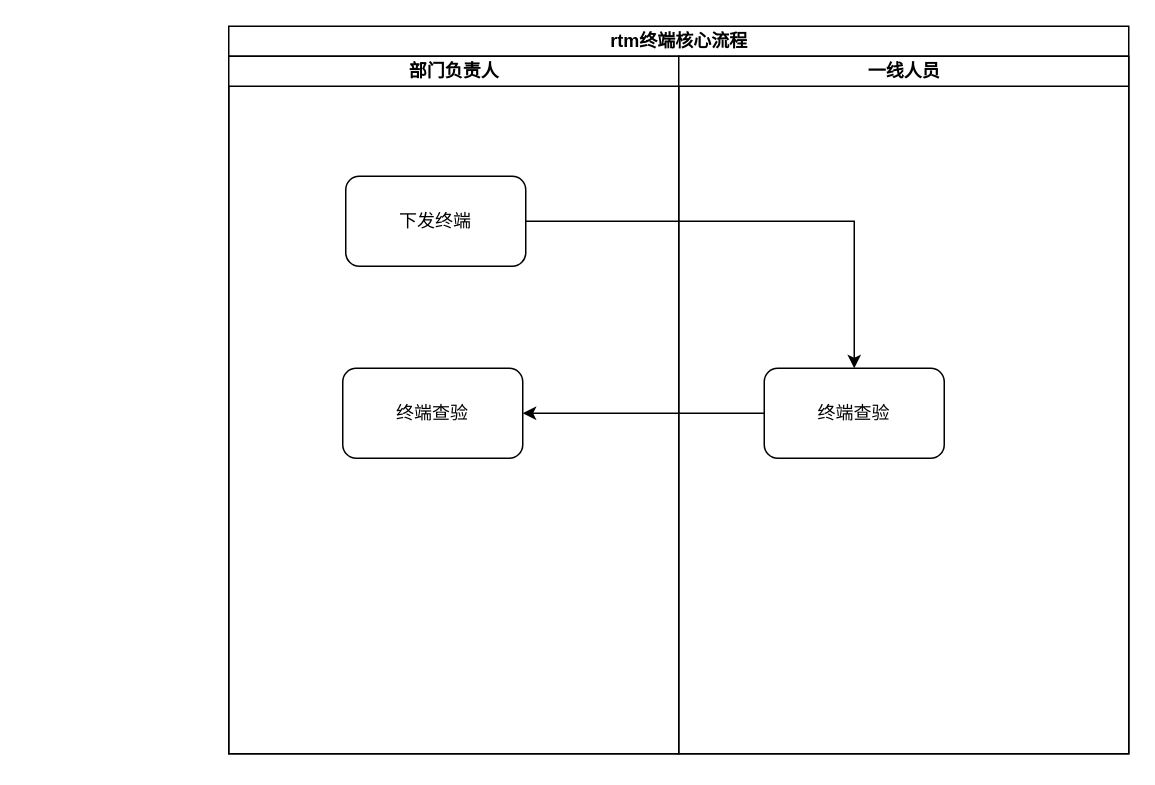
The draw.io diagram 测试.drawio in MRDJDU/draw, before the edit. Source tidied: cells renumbered, new cells numbered last; positions are measured from the earlier drawing's top-left corner, leaving out a move shared by most shapes. Both pictures are drawn from the tidied source at 150%, with x=0, y=0 at pixel (228, 26).
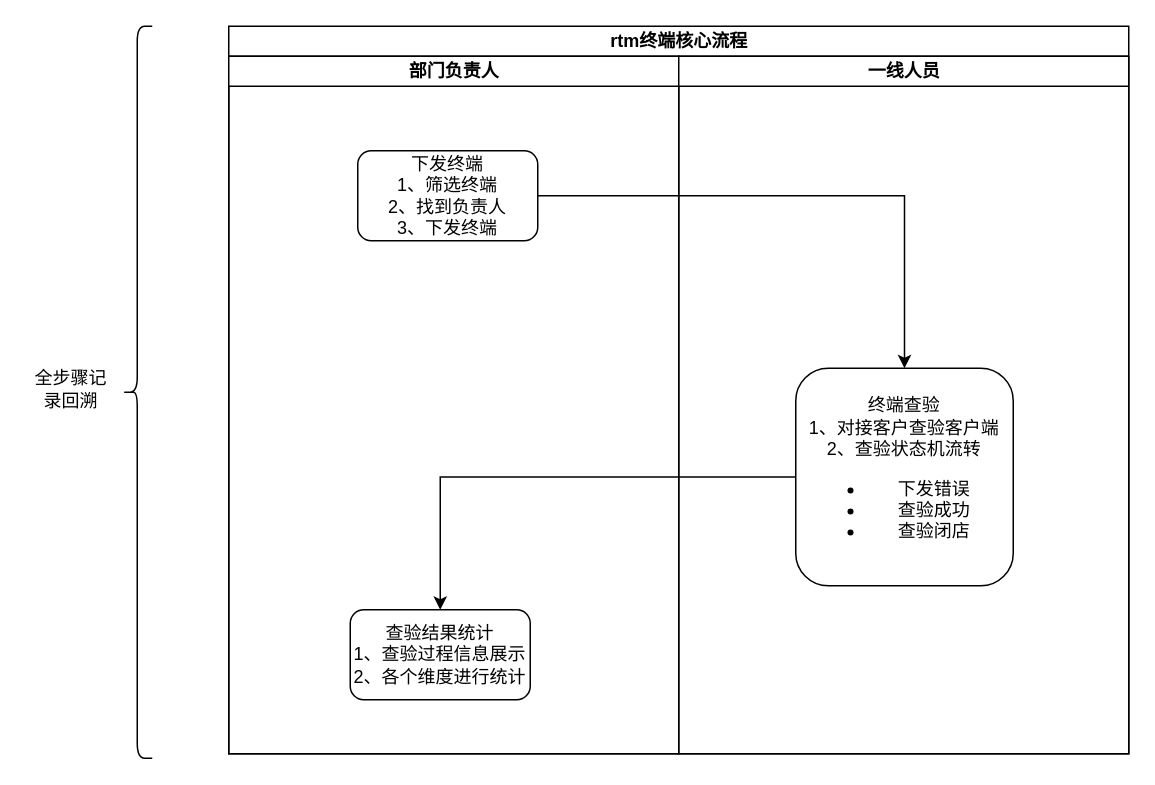
The same page after the edit.

The edit, as a diff of the source:
```diff
@@
 <mxGraphModel>
   <root>
     <mxCell id="0" />
     <mxCell id="1" parent="0" />
     <mxCell id="2" value="rtm终端核心流程" style="swimlane;startSize=20;html=1;" parent="1" vertex="1">
       <mxGeometry width="600" height="485" as="geometry" />
     </mxCell>
     <mxCell id="3" value="部门负责人" style="swimlane;startSize=20;html=1;" parent="2" vertex="1">
       <mxGeometry y="20" width="300" height="465" as="geometry" />
     </mxCell>
-    <mxCell id="4" value="下发终端" style="rounded=1;whiteSpace=wrap;html=1;points=[[0,0,0,0,0],[0,0.25,0,0,0],[0,0.5,0,0,0],[0,0.75,0,0,0],[0,1,0,0,0],[0.25,0,0,0,0],[0.25,1,0,0,0],[0.5,0,0,0,0],[0.5,1,0,0,0],[0.75,0,0,0,0],[0.75,1,0,0,0],[1,0,0,0,0],[1,0.25,0,0,0],[1,0.5,0,0,0],[1,0.75,0,0,0],[1,1,0,0,0]];" parent="3" vertex="1">
-      <mxGeometry x="78" y="80" width="120" height="60" as="geometry" />
+    <mxCell id="4" value="下发终端&lt;div&gt;1、筛选终端&lt;/div&gt;&lt;div&gt;2、找到负责人&lt;/div&gt;&lt;div&gt;3、下发终端&lt;/div&gt;" style="rounded=1;whiteSpace=wrap;html=1;points=[[0,0,0,0,0],[0,0.25,0,0,0],[0,0.5,0,0,0],[0,0.75,0,0,0],[0,1,0,0,0],[0.25,0,0,0,0],[0.25,1,0,0,0],[0.5,0,0,0,0],[0.5,1,0,0,0],[0.75,0,0,0,0],[0.75,1,0,0,0],[1,0,0,0,0],[1,0.25,0,0,0],[1,0.5,0,0,0],[1,0.75,0,0,0],[1,1,0,0,0]];" parent="3" vertex="1">
+      <mxGeometry x="86" y="63" width="120" height="60" as="geometry" />
     </mxCell>
-    <mxCell id="5" value="终端查验" style="rounded=1;whiteSpace=wrap;html=1;" parent="3" vertex="1">
-      <mxGeometry x="76" y="208" width="120" height="60" as="geometry" />
+    <mxCell id="5" value="查验结果统计&lt;div&gt;1、查验过程信息展示&lt;/div&gt;&lt;div&gt;2、各个维度进行统计&lt;/div&gt;" style="rounded=1;whiteSpace=wrap;html=1;" parent="3" vertex="1">
+      <mxGeometry x="81" y="369" width="120" height="60" as="geometry" />
     </mxCell>
     <mxCell id="6" value="一线人员" style="swimlane;startSize=20;html=1;" parent="2" vertex="1">
       <mxGeometry x="300" y="20" width="300" height="465" as="geometry" />
     </mxCell>
-    <mxCell id="7" value="终端查验" style="rounded=1;whiteSpace=wrap;html=1;" parent="6" vertex="1">
-      <mxGeometry x="57" y="208" width="120" height="60" as="geometry" />
+    <mxCell id="7" value="终端查验&lt;div&gt;1、对接客户查验客户端&lt;/div&gt;&lt;div&gt;2、查验状态机流转&lt;/div&gt;&lt;div&gt;&lt;ul&gt;&lt;li&gt;下发错误&lt;/li&gt;&lt;li&gt;查验成功&lt;/li&gt;&lt;li&gt;查验闭店&lt;/li&gt;&lt;/ul&gt;&lt;/div&gt;" style="rounded=1;whiteSpace=wrap;html=1;" parent="6" vertex="1">
+      <mxGeometry x="78" y="208" width="145" height="145" as="geometry" />
     </mxCell>
     <mxCell id="8" style="edgeStyle=orthogonalEdgeStyle;rounded=0;jettySize=auto;html=1;" parent="2" edge="1" source="4" target="7">
       <mxGeometry relative="1" as="geometry" />
     </mxCell>
     <mxCell id="9" style="edgeStyle=orthogonalEdgeStyle;rounded=0;jettySize=auto;html=1;" parent="2" edge="1" source="7" target="5">
       <mxGeometry relative="1" as="geometry" />
     </mxCell>
+    <mxCell id="10" style="shape=curlyBracket;whiteSpace=wrap;html=1;rounded=1;labelPosition=left;verticalLabelPosition=middle;align=right;verticalAlign=middle;" parent="1" vertex="1">
+      <mxGeometry x="-71" width="20" height="488" as="geometry" />
+    </mxCell>
+    <mxCell id="11" value="全步骤记录回溯" style="text;html=1;align=center;verticalAlign=middle;whiteSpace=wrap;rounded=0;" parent="1" vertex="1">
+      <mxGeometry x="-135" y="227" width="60" height="30" as="geometry" />
+    </mxCell>
   </root>
 </mxGraphModel>
```
